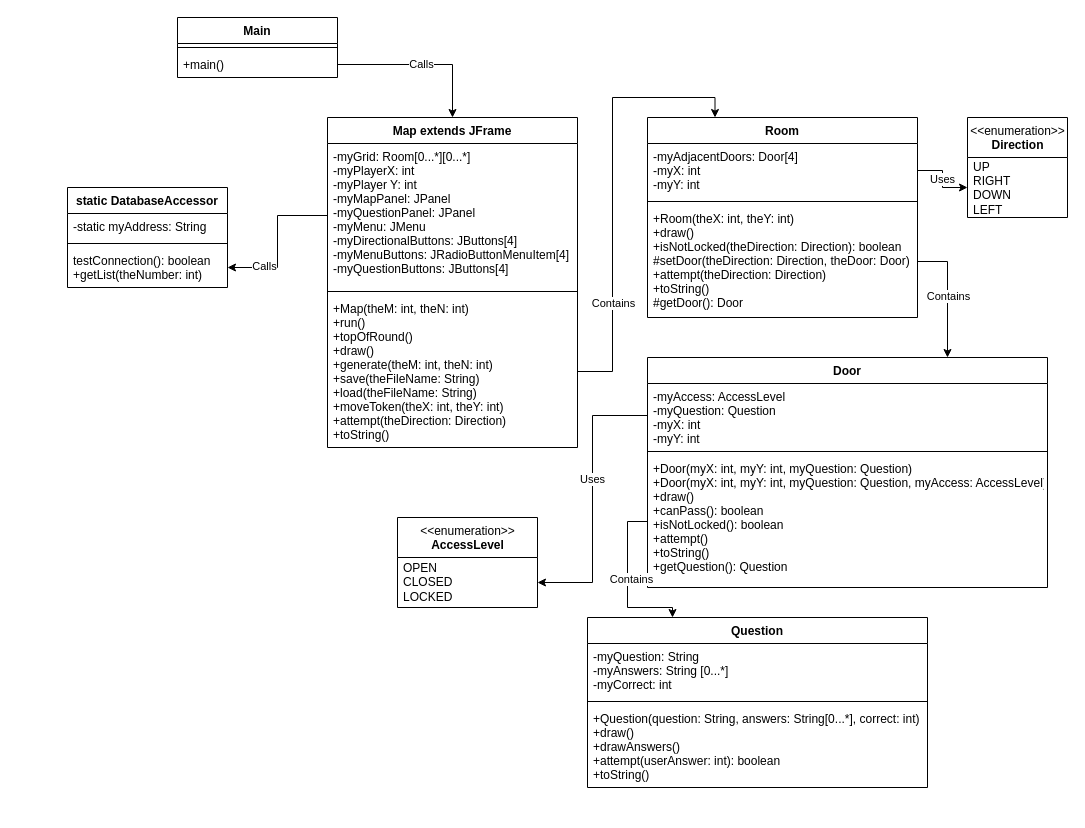
This is TriviaMazeUML.drawio from mperez68/TriviaMaze, a draw.io file, before an edit. Source tidied: cells renumbered, new cells numbered last; positions are measured from the earlier drawing's top-left corner, leaving out a move shared by most shapes. Both pictures are drawn from the tidied source at 100%, with x=0, y=0 at pixel (67, 17).
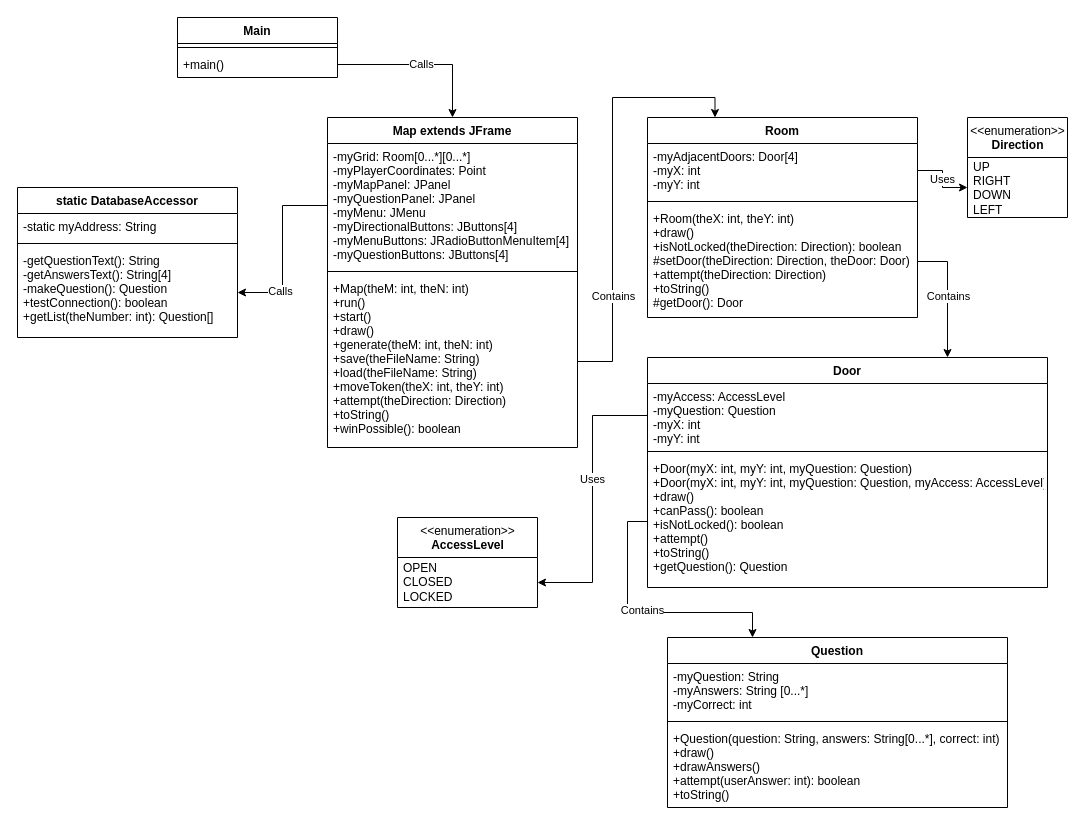
Above is the later version.

The change refers to these unchanged cells:
```xml
<mxCell id="2" value="Map extends JFrame" style="swimlane;fontStyle=1;align=center;verticalAlign=top;horizontal=1;startSize=26;" parent="1" vertex="1">
  <mxGeometry x="260" y="100" width="250" height="330" as="geometry" />
</mxCell>
```

What changed in the source:
```diff
@@
-    <mxCell id="3" value="-myGrid: Room[0...*][0...*]&#10;-myPlayerX: int&#10;-myPlayer Y: int&#10;-myMapPanel: JPanel&#10;-myQuestionPanel: JPanel&#10;-myMenu: JMenu&#10;-myDirectionalButtons: JButtons[4]&#10;-myMenuButtons: JRadioButtonMenuItem[4]&#10;-myQuestionButtons: JButtons[4]" style="text;strokeColor=none;fillColor=none;align=left;verticalAlign=top;spacingLeft=4;spacingRight=4;overflow=hidden;points=[[0,0.5],[1,0.5]];portConstraint=eastwest;" parent="2" vertex="1">
-      <mxGeometry y="26" width="250" height="144" as="geometry" />
+    <mxCell id="3" value="-myGrid: Room[0...*][0...*]&#10;-myPlayerCoordinates: Point&#10;-myMapPanel: JPanel&#10;-myQuestionPanel: JPanel&#10;-myMenu: JMenu&#10;-myDirectionalButtons: JButtons[4]&#10;-myMenuButtons: JRadioButtonMenuItem[4]&#10;-myQuestionButtons: JButtons[4]" style="text;strokeColor=none;fillColor=none;align=left;verticalAlign=top;spacingLeft=4;spacingRight=4;overflow=hidden;points=[[0,0.5],[1,0.5]];portConstraint=eastwest;labelBackgroundColor=none;" parent="2" vertex="1">
+      <mxGeometry y="26" width="250" height="124" as="geometry" />
     </mxCell>
     <mxCell id="4" style="line;strokeWidth=1;fillColor=none;align=left;verticalAlign=middle;spacingTop=-1;spacingLeft=3;spacingRight=3;labelPosition=right;" parent="2" vertex="1">
-      <mxGeometry y="170" width="250" height="8" as="geometry" />
+      <mxGeometry y="150" width="250" height="8" as="geometry" />
     </mxCell>
-    <mxCell id="5" value="+Map(theM: int, theN: int)&#10;+run()&#10;+topOfRound()&#10;+draw()&#10;+generate(theM: int, theN: int)&#10;+save(theFileName: String)&#10;+load(theFileName: String)&#10;+moveToken(theX: int, theY: int)&#10;+attempt(theDirection: Direction)&#10;+toString()" style="text;strokeColor=none;fillColor=none;align=left;verticalAlign=top;spacingLeft=4;spacingRight=4;overflow=hidden;points=[[0,0.5],[1,0.5]];portConstraint=eastwest;" parent="2" vertex="1">
-      <mxGeometry y="178" width="250" height="152" as="geometry" />
+    <mxCell id="5" value="+Map(theM: int, theN: int)&#10;+run()&#10;+start()&#10;+draw()&#10;+generate(theM: int, theN: int)&#10;+save(theFileName: String)&#10;+load(theFileName: String)&#10;+moveToken(theX: int, theY: int)&#10;+attempt(theDirection: Direction)&#10;+toString()&#10;+winPossible(): boolean" style="text;strokeColor=none;fillColor=none;align=left;verticalAlign=top;spacingLeft=4;spacingRight=4;overflow=hidden;points=[[0,0.5],[1,0.5]];portConstraint=eastwest;" parent="2" vertex="1">
+      <mxGeometry y="158" width="250" height="172" as="geometry" />
     </mxCell>
@@
     <mxCell id="25" value="Question" style="swimlane;fontStyle=1;align=center;verticalAlign=top;horizontal=1;startSize=26;" parent="1" vertex="1">
-      <mxGeometry x="520" y="600" width="340" height="170" as="geometry" />
+      <mxGeometry x="600" y="620" width="340" height="170" as="geometry" />
     </mxCell>
@@
     <mxCell id="31" value="static DatabaseAccessor" style="swimlane;fontStyle=1;align=center;verticalAlign=top;horizontal=1;startSize=26;" parent="1" vertex="1">
-      <mxGeometry y="170" width="160" height="100" as="geometry" />
+      <mxGeometry x="-50" y="170" width="220" height="150" as="geometry" />
     </mxCell>
     <mxCell id="32" value="-static myAddress: String" style="text;strokeColor=none;fillColor=none;align=left;verticalAlign=top;spacingLeft=4;spacingRight=4;overflow=hidden;" parent="31" vertex="1">
-      <mxGeometry y="26" width="160" height="26" as="geometry" />
+      <mxGeometry y="26" width="220" height="26" as="geometry" />
     </mxCell>
     <mxCell id="33" style="line;strokeWidth=1;fillColor=none;align=left;verticalAlign=middle;spacingTop=-1;spacingLeft=3;spacingRight=3;labelPosition=right;" parent="31" vertex="1">
-      <mxGeometry y="52" width="160" height="8" as="geometry" />
+      <mxGeometry y="52" width="220" height="8" as="geometry" />
     </mxCell>
-    <mxCell id="34" value="testConnection(): boolean&#10;+getList(theNumber: int)&#10;" style="text;strokeColor=none;fillColor=none;align=left;verticalAlign=top;spacingLeft=4;spacingRight=4;overflow=hidden;points=[[0,0.5],[1,0.5]];portConstraint=eastwest;" parent="31" vertex="1">
-      <mxGeometry y="60" width="160" height="40" as="geometry" />
+    <mxCell id="34" value="-getQuestionText(): String&#10;-getAnswersText(): String[4]&#10;-makeQuestion(): Question&#10;+testConnection(): boolean&#10;+getList(theNumber: int): Question[]&#10;" style="text;strokeColor=none;fillColor=none;align=left;verticalAlign=top;spacingLeft=4;spacingRight=4;overflow=hidden;points=[[0,0.5],[1,0.5]];portConstraint=eastwest;" parent="31" vertex="1">
+      <mxGeometry y="60" width="220" height="90" as="geometry" />
     </mxCell>
```
